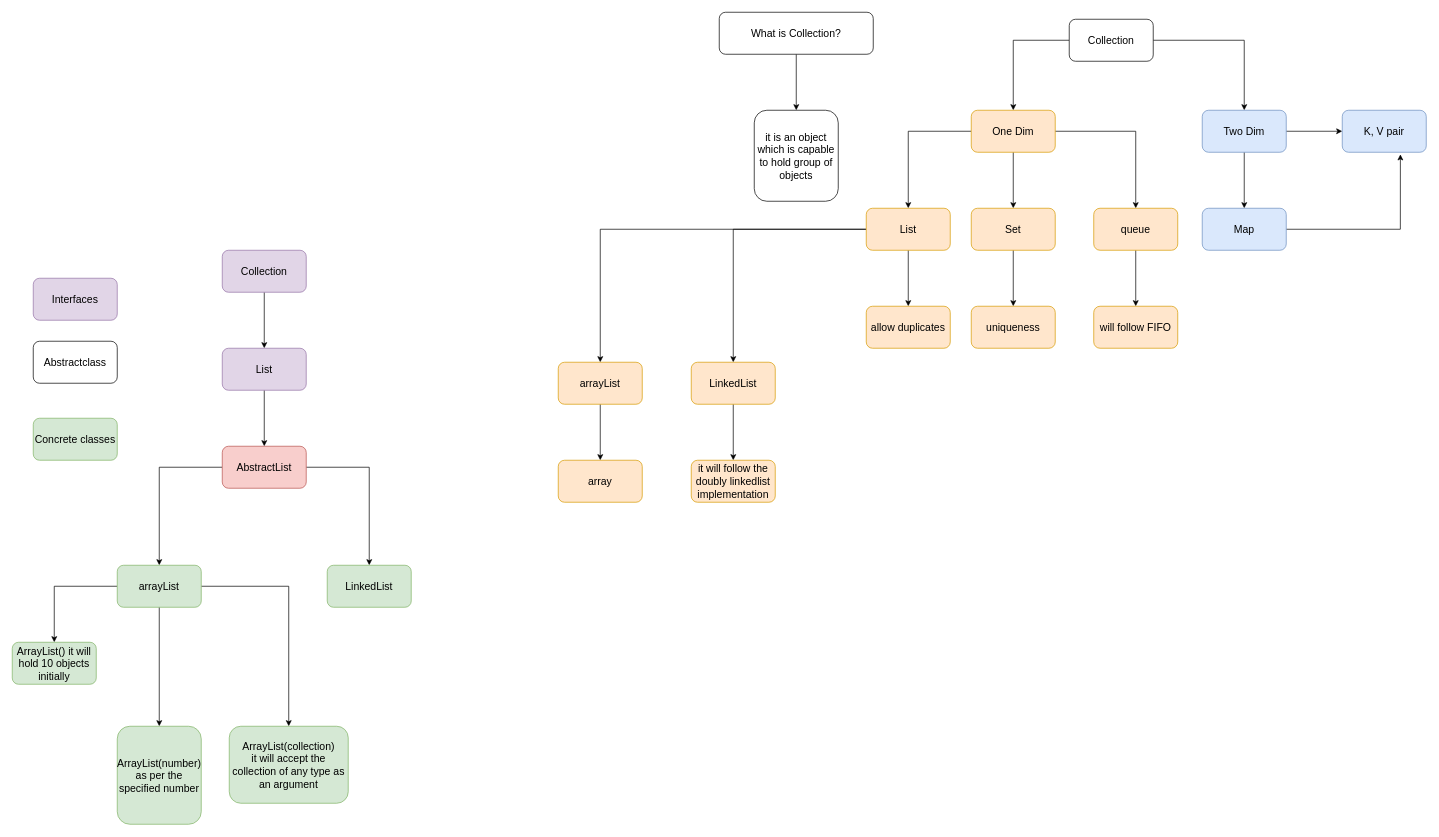
Above: page "Collections" (4 of 5) of Untitled Diagram.drawio in abhinandanchivate/imarticussg (draw.io), before the change. Source tidied: cells renumbered, new cells numbered last; positions are measured from the earlier drawing's top-left corner, leaving out a move shared by most shapes. Both pictures are drawn from the tidied source at 70%, with x=0, y=0 at pixel (12, 12).
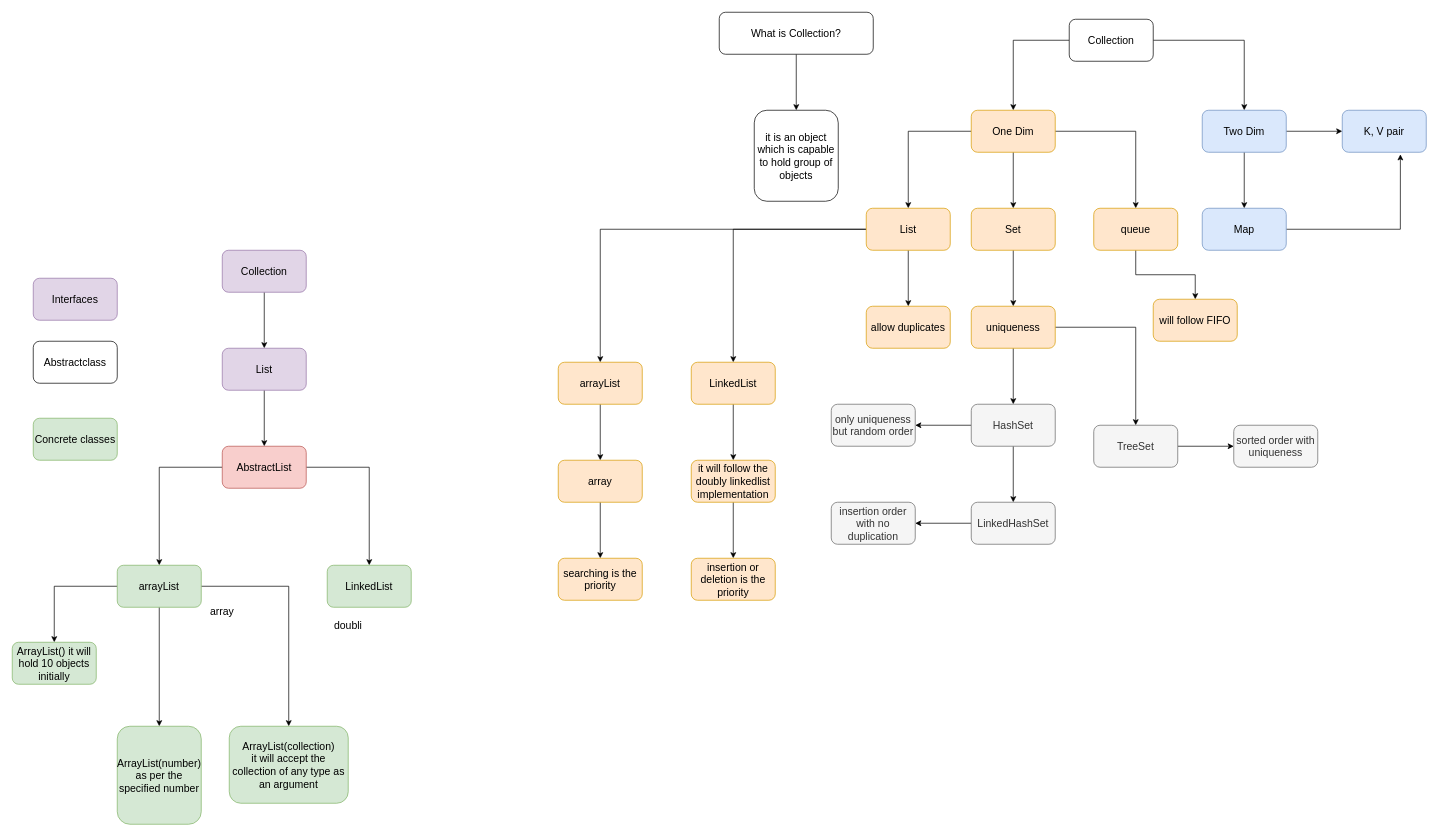
The same diagram, later.

The change refers to these unchanged cells:
```xml
<mxCell id="27" value="uniqueness" style="whiteSpace=wrap;html=1;fontSize=15;fillColor=#ffe6cc;strokeColor=#d79b00;rounded=1;" parent="1" vertex="1">
  <mxGeometry x="1370" y="420" width="120" height="60" as="geometry" />
</mxCell>
<mxCell id="33" value="array" style="whiteSpace=wrap;html=1;fontSize=15;fillColor=#ffe6cc;strokeColor=#d79b00;rounded=1;" parent="1" vertex="1">
  <mxGeometry x="780" y="640" width="120" height="60" as="geometry" />
</mxCell>
<mxCell id="34" value="it will follow the doubly linkedlist implementation" style="whiteSpace=wrap;html=1;fontSize=15;fillColor=#ffe6cc;strokeColor=#d79b00;rounded=1;" parent="1" vertex="1">
  <mxGeometry x="970" y="640" width="120" height="60" as="geometry" />
</mxCell>
```

The edit, as a diff of the source:
```diff
@@
+    <mxCell id="53" style="edgeStyle=orthogonalEdgeStyle;rounded=0;jettySize=auto;html=1;fontSize=15;" parent="1" edge="1" source="27" target="63">
+      <mxGeometry relative="1" as="geometry" />
+    </mxCell>
+    <mxCell id="54" style="edgeStyle=orthogonalEdgeStyle;rounded=0;jettySize=auto;html=1;fontSize=15;" parent="1" edge="1" source="27" target="67">
+      <mxGeometry relative="1" as="geometry" />
+    </mxCell>
@@
     <mxCell id="28" value="will follow FIFO" style="whiteSpace=wrap;html=1;fontSize=15;fillColor=#ffe6cc;strokeColor=#d79b00;rounded=1;" parent="1" vertex="1">
-      <mxGeometry x="1545" y="420" width="120" height="60" as="geometry" />
+      <mxGeometry x="1630" y="410" width="120" height="60" as="geometry" />
     </mxCell>
@@
+    <mxCell id="55" style="edgeStyle=orthogonalEdgeStyle;rounded=0;jettySize=auto;html=1;fontSize=15;" parent="1" edge="1" source="33" target="59">
+      <mxGeometry relative="1" as="geometry" />
+    </mxCell>
@@
+    <mxCell id="56" style="edgeStyle=orthogonalEdgeStyle;rounded=0;jettySize=auto;html=1;fontSize=15;" parent="1" edge="1" source="34" target="60">
+      <mxGeometry relative="1" as="geometry" />
+    </mxCell>
@@
+    <mxCell id="57" value="array" style="text;html=1;strokeColor=none;fillColor=none;align=center;verticalAlign=middle;whiteSpace=wrap;rounded=0;fontSize=15;" parent="1" vertex="1">
+      <mxGeometry x="270" y="840" width="60" height="30" as="geometry" />
+    </mxCell>
+    <mxCell id="58" value="doubli" style="text;html=1;strokeColor=none;fillColor=none;align=center;verticalAlign=middle;whiteSpace=wrap;rounded=0;fontSize=15;" parent="1" vertex="1">
+      <mxGeometry x="450" y="860" width="60" height="30" as="geometry" />
+    </mxCell>
+    <mxCell id="59" value="searching is the priority" style="whiteSpace=wrap;html=1;fontSize=15;fillColor=#ffe6cc;strokeColor=#d79b00;rounded=1;" parent="1" vertex="1">
+      <mxGeometry x="780" y="780" width="120" height="60" as="geometry" />
+    </mxCell>
+    <mxCell id="60" value="insertion or deletion is the priority" style="whiteSpace=wrap;html=1;fontSize=15;fillColor=#ffe6cc;strokeColor=#d79b00;rounded=1;" parent="1" vertex="1">
+      <mxGeometry x="970" y="780" width="120" height="60" as="geometry" />
+    </mxCell>
+    <mxCell id="61" style="edgeStyle=orthogonalEdgeStyle;rounded=0;jettySize=auto;html=1;fontSize=15;" parent="1" edge="1" source="63" target="65">
+      <mxGeometry relative="1" as="geometry" />
+    </mxCell>
+    <mxCell id="62" style="edgeStyle=orthogonalEdgeStyle;rounded=0;jettySize=auto;html=1;fontSize=15;" parent="1" edge="1" source="63" target="69">
+      <mxGeometry relative="1" as="geometry" />
+    </mxCell>
+    <mxCell id="63" value="HashSet" style="whiteSpace=wrap;html=1;fontSize=15;fillColor=#f5f5f5;strokeColor=#666666;rounded=1;fontColor=#333333;" parent="1" vertex="1">
+      <mxGeometry x="1370" y="560" width="120" height="60" as="geometry" />
+    </mxCell>
+    <mxCell id="64" style="edgeStyle=orthogonalEdgeStyle;rounded=0;jettySize=auto;html=1;fontSize=15;" parent="1" edge="1" source="65" target="70">
+      <mxGeometry relative="1" as="geometry" />
+    </mxCell>
+    <mxCell id="65" value="LinkedHashSet" style="whiteSpace=wrap;html=1;fontSize=15;fillColor=#f5f5f5;strokeColor=#666666;rounded=1;fontColor=#333333;" parent="1" vertex="1">
+      <mxGeometry x="1370" y="700" width="120" height="60" as="geometry" />
+    </mxCell>
+    <mxCell id="66" style="edgeStyle=orthogonalEdgeStyle;rounded=0;jettySize=auto;html=1;fontSize=15;" parent="1" edge="1" source="67" target="68">
+      <mxGeometry relative="1" as="geometry" />
+    </mxCell>
+    <mxCell id="67" value="TreeSet" style="whiteSpace=wrap;html=1;fontSize=15;fillColor=#f5f5f5;strokeColor=#666666;rounded=1;fontColor=#333333;" parent="1" vertex="1">
+      <mxGeometry x="1545" y="590" width="120" height="60" as="geometry" />
+    </mxCell>
+    <mxCell id="68" value="sorted order with uniqueness" style="whiteSpace=wrap;html=1;fontSize=15;fillColor=#f5f5f5;strokeColor=#666666;fontColor=#333333;rounded=1;" parent="1" vertex="1">
+      <mxGeometry x="1745" y="590" width="120" height="60" as="geometry" />
+    </mxCell>
+    <mxCell id="69" value="only uniqueness but random order" style="whiteSpace=wrap;html=1;fontSize=15;fillColor=#f5f5f5;strokeColor=#666666;fontColor=#333333;rounded=1;" parent="1" vertex="1">
+      <mxGeometry x="1170" y="560" width="120" height="60" as="geometry" />
+    </mxCell>
+    <mxCell id="70" value="insertion order with no duplication" style="whiteSpace=wrap;html=1;fontSize=15;fillColor=#f5f5f5;strokeColor=#666666;fontColor=#333333;rounded=1;" parent="1" vertex="1">
+      <mxGeometry x="1170" y="700" width="120" height="60" as="geometry" />
+    </mxCell>
```
